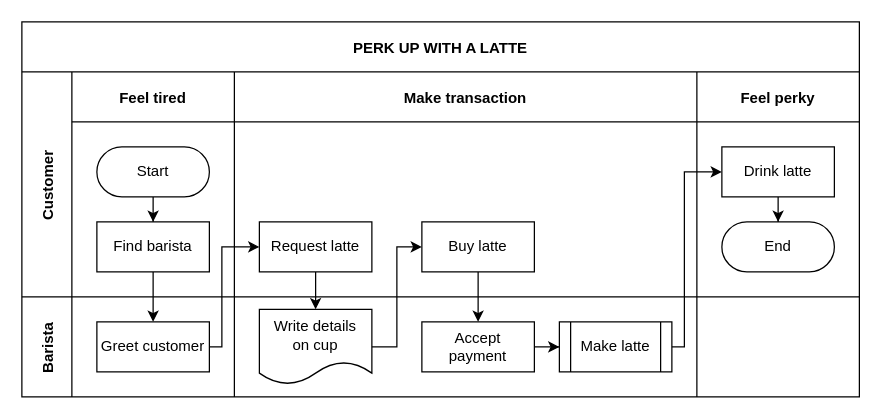
Before: Untitled Diagram.drawio in manneting/test, a draw.io diagram. Source tidied: cells renumbered, new cells numbered last; positions are measured from the earlier drawing's top-left corner, leaving out a move shared by most shapes. Both pictures are drawn from the tidied source at 125%, with x=0, y=0 at pixel (21, 21).
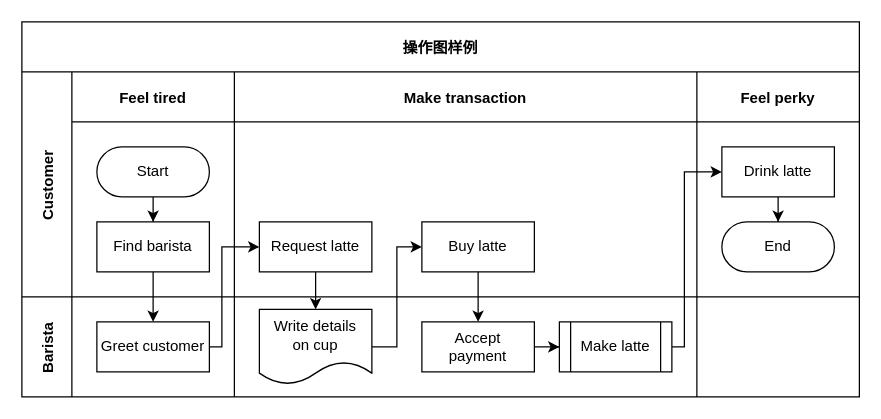
After the change.

Change to the diagram source:
```diff
@@
-    <mxCell id="2" value="PERK UP WITH A LATTE" style="shape=table;childLayout=tableLayout;startSize=40;fillColor=none;fontStyle=1;" parent="1" vertex="1">
+    <mxCell id="2" value="操作图样例" style="shape=table;childLayout=tableLayout;startSize=40;fillColor=none;fontStyle=1;" parent="1" vertex="1">
       <mxGeometry width="670" height="300" as="geometry" />
     </mxCell>
```
